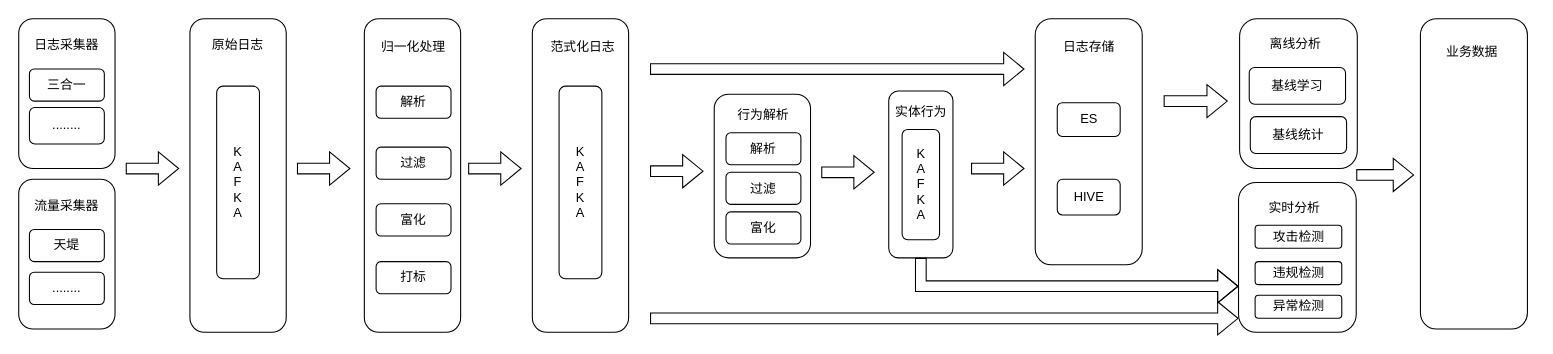
Above: 数据流.drawio in Rocks526/picture-repository (draw.io), before the change. Source tidied: cells renumbered, new cells numbered last; positions are measured from the earlier drawing's top-left corner, leaving out a move shared by most shapes. Both pictures are drawn from the tidied source at 107%, with x=0, y=0 at pixel (18, 18).
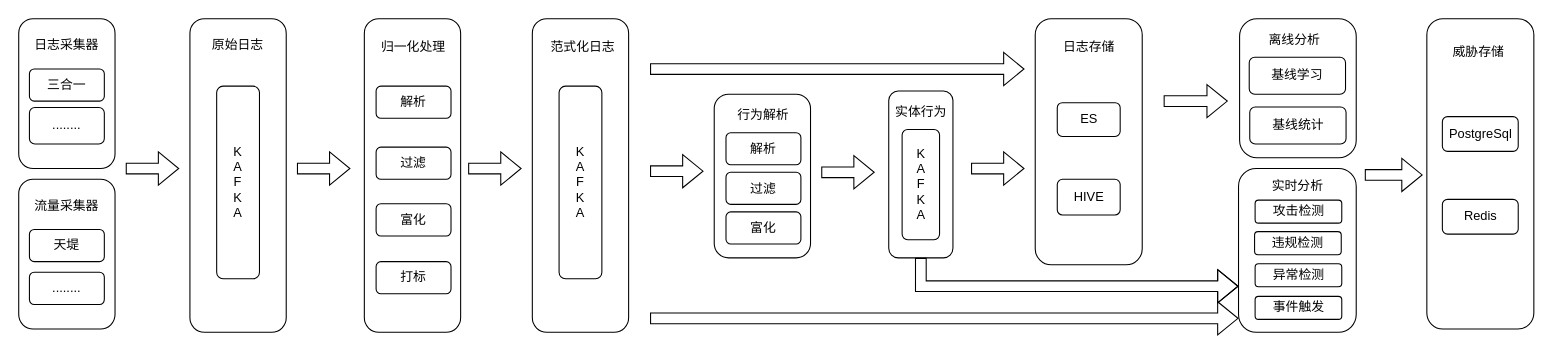
After the change.

Commit message:
更新数据流.drawio

Diff of the diagram source:
```diff
@@
     <mxCell id="2" style="rounded=1;whiteSpace=wrap;html=1;" parent="1" vertex="1">
-      <mxGeometry x="1325.9" y="40" width="74.1" height="240" as="geometry" />
+      <mxGeometry x="1331.9" y="40" width="74.1" height="240" as="geometry" />
     </mxCell>
@@
     <mxCell id="44" style="rounded=1;whiteSpace=wrap;html=1;" parent="1" vertex="1">
-      <mxGeometry x="1141" width="110" height="140" as="geometry" />
+      <mxGeometry x="1141" width="109" height="130" as="geometry" />
     </mxCell>
@@
     <mxCell id="46" style="rounded=1;whiteSpace=wrap;html=1;" parent="1" vertex="1">
-      <mxGeometry x="1310" width="100" height="290" as="geometry" />
+      <mxGeometry x="1316" width="100" height="290" as="geometry" />
     </mxCell>
-    <mxCell id="47" value="业务数据" style="text;html=1;strokeColor=none;fillColor=none;align=center;verticalAlign=middle;whiteSpace=wrap;rounded=0;" parent="1" vertex="1">
-      <mxGeometry x="1325.9" y="14" width="65" height="33" as="geometry" />
+    <mxCell id="47" value="威胁存储" style="text;html=1;strokeColor=none;fillColor=none;align=center;verticalAlign=middle;whiteSpace=wrap;rounded=0;" parent="1" vertex="1">
+      <mxGeometry x="1331.9" y="14" width="65" height="33" as="geometry" />
     </mxCell>
     <mxCell id="48" style="shape=flexArrow;endArrow=classic;html=1;rounded=0;" parent="1" edge="1">
       <mxGeometry relative="1" as="geometry">
-        <mxPoint x="1250" y="146" as="sourcePoint" />
-        <mxPoint x="1304.1" y="146" as="targetPoint" />
+        <mxPoint x="1258" y="146" as="sourcePoint" />
+        <mxPoint x="1312.1" y="146" as="targetPoint" />
       </mxGeometry>
     </mxCell>
     <mxCell id="49" value="离线分析" style="text;html=1;strokeColor=none;fillColor=none;align=center;verticalAlign=middle;whiteSpace=wrap;rounded=0;" parent="1" vertex="1">
-      <mxGeometry x="1160.9" y="7" width="65" height="33" as="geometry" />
+      <mxGeometry x="1159.9" y="3" width="65" height="33" as="geometry" />
     </mxCell>
     <mxCell id="50" value="基线学习" style="rounded=1;whiteSpace=wrap;html=1;" parent="1" vertex="1">
-      <mxGeometry x="1150" y="45.5" width="90" height="34.5" as="geometry" />
+      <mxGeometry x="1150" y="36" width="90" height="34.5" as="geometry" />
     </mxCell>
     <mxCell id="51" value="基线统计" style="rounded=1;whiteSpace=wrap;html=1;" parent="1" vertex="1">
-      <mxGeometry x="1151" y="91.5" width="90" height="34.5" as="geometry" />
+      <mxGeometry x="1150.5" y="82.5" width="90" height="34.5" as="geometry" />
     </mxCell>
     <mxCell id="52" style="rounded=1;whiteSpace=wrap;html=1;" parent="1" vertex="1">
-      <mxGeometry x="1140" y="153" width="110" height="140" as="geometry" />
+      <mxGeometry x="1140" y="140" width="110" height="153" as="geometry" />
     </mxCell>
     <mxCell id="53" value="实时分析" style="text;html=1;strokeColor=none;fillColor=none;align=center;verticalAlign=middle;whiteSpace=wrap;rounded=0;" parent="1" vertex="1">
-      <mxGeometry x="1159.9" y="160" width="65" height="33" as="geometry" />
+      <mxGeometry x="1162.5" y="140.5" width="65" height="33" as="geometry" />
     </mxCell>
     <mxCell id="54" value="攻击检测" style="rounded=1;whiteSpace=wrap;html=1;" parent="1" vertex="1">
-      <mxGeometry x="1155.5" y="193" width="81" height="21.5" as="geometry" />
+      <mxGeometry x="1155.5" y="169.5" width="81" height="21.5" as="geometry" />
     </mxCell>
     <mxCell id="55" value="违规检测" style="rounded=1;whiteSpace=wrap;html=1;" parent="1" vertex="1">
-      <mxGeometry x="1155.5" y="227" width="81" height="21.5" as="geometry" />
+      <mxGeometry x="1155" y="199" width="81" height="21.5" as="geometry" />
     </mxCell>
     <mxCell id="56" value="异常检测" style="rounded=1;whiteSpace=wrap;html=1;" parent="1" vertex="1">
-      <mxGeometry x="1155.5" y="258.5" width="81" height="21.5" as="geometry" />
+      <mxGeometry x="1155.5" y="229" width="81" height="21.5" as="geometry" />
     </mxCell>
+    <mxCell id="57" value="事件触发" style="rounded=1;whiteSpace=wrap;html=1;" parent="1" vertex="1">
+      <mxGeometry x="1155.5" y="259.5" width="81" height="21.5" as="geometry" />
+    </mxCell>
+    <mxCell id="58" value="PostgreSql" style="rounded=1;whiteSpace=wrap;html=1;" parent="1" vertex="1">
+      <mxGeometry x="1330.5" y="91.5" width="70.9" height="32.5" as="geometry" />
+    </mxCell>
+    <mxCell id="59" value="Redis" style="rounded=1;whiteSpace=wrap;html=1;" parent="1" vertex="1">
+      <mxGeometry x="1330.5" y="168.8" width="70.9" height="32.5" as="geometry" />
+    </mxCell>
```
